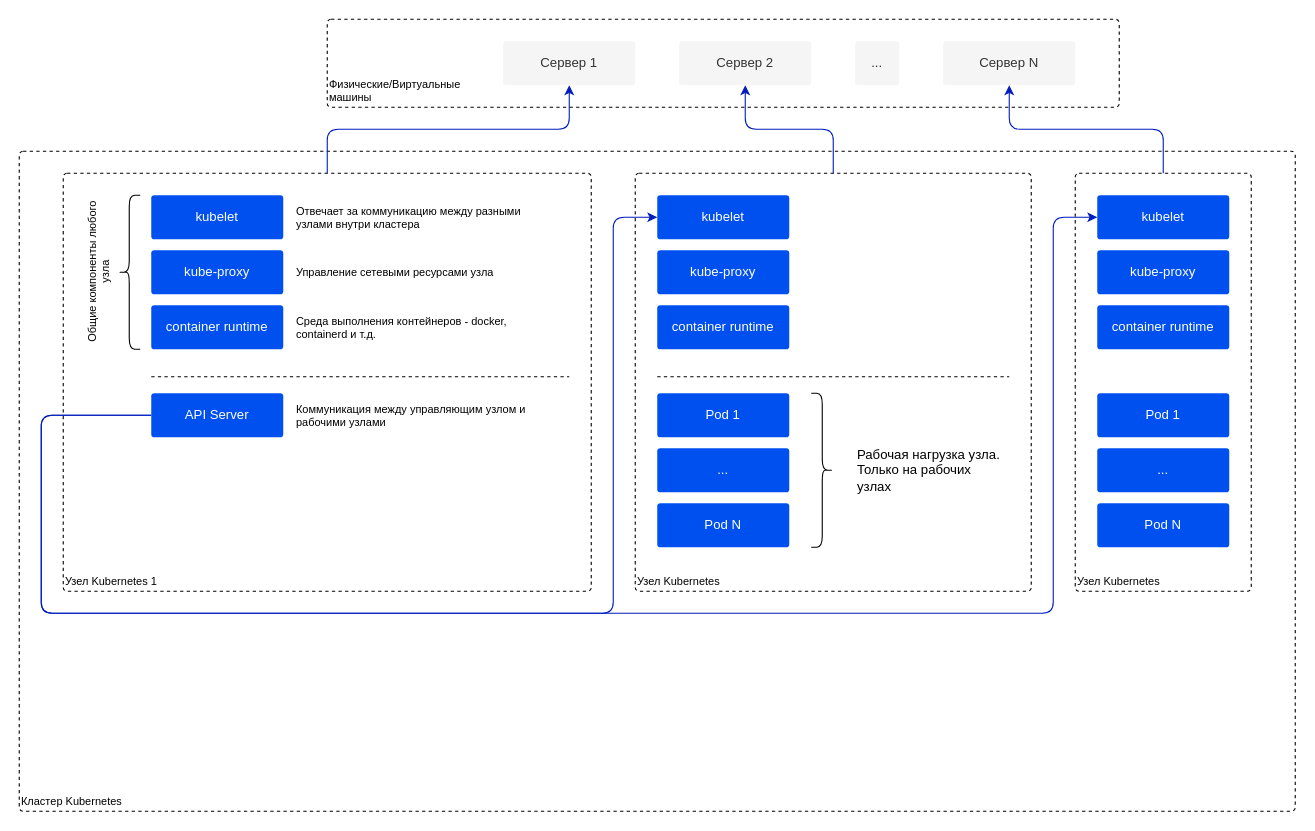
Earlier version of the draw.io diagram page "Страница — 2" (2 of 2) of Kubernetes.drawio (alexLexus/kubelearn). Source tidied: cells renumbered, new cells numbered last; positions are measured from the earlier drawing's top-left corner, leaving out a move shared by most shapes. Both pictures are drawn from the tidied source at 110%, with x=0, y=0 at pixel (19, 19).
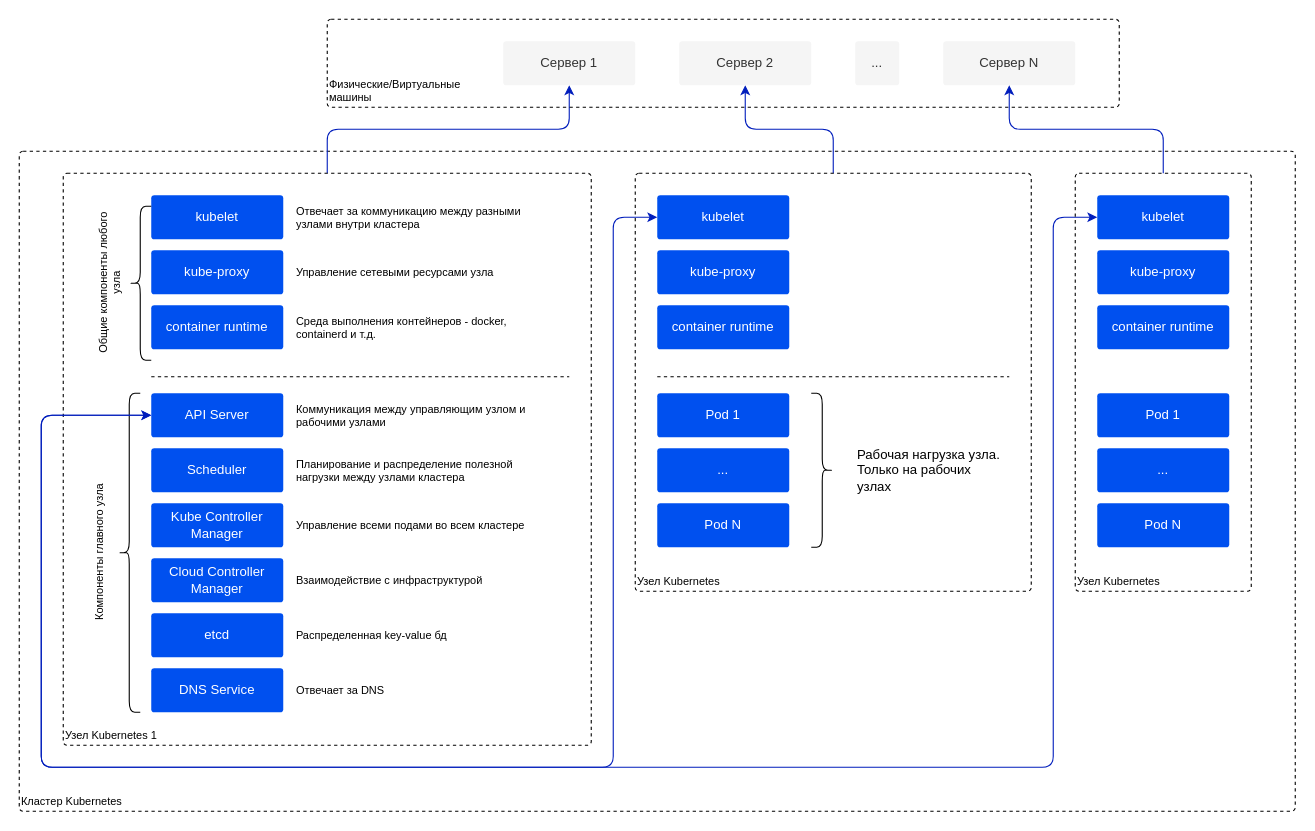
The same page after the edit.

Unchanged cells that the change refers to:
```xml
<mxCell id="18" value="kubelet" style="rounded=1;whiteSpace=wrap;html=1;strokeColor=none;labelBackgroundColor=none;fillColor=#0050ef;fontColor=#ffffff;arcSize=7;" parent="1" vertex="1">
  <mxGeometry x="580" y="160" width="120" height="40" as="geometry" />
</mxCell>
<mxCell id="32" value="API Server" style="rounded=1;whiteSpace=wrap;html=1;strokeColor=none;labelBackgroundColor=none;fillColor=#0050ef;fontColor=#ffffff;arcSize=7;" parent="1" vertex="1">
  <mxGeometry x="120" y="340" width="120" height="40" as="geometry" />
</mxCell>
<mxCell id="36" value="kubelet" style="rounded=1;whiteSpace=wrap;html=1;strokeColor=none;labelBackgroundColor=none;fillColor=#0050ef;fontColor=#ffffff;arcSize=7;" parent="1" vertex="1">
  <mxGeometry x="980" y="160" width="120" height="40" as="geometry" />
</mxCell>
```

Diff of the diagram source:
```diff
@@
     <mxCell id="4" value="Узел Kubernetes 1" style="rounded=1;whiteSpace=wrap;html=1;fillColor=none;dashed=1;strokeWidth=1;absoluteArcSize=1;arcSize=7;verticalAlign=bottom;align=left;spacingRight=0;fontStyle=0;spacingLeft=0;labelPosition=center;verticalLabelPosition=middle;fontSize=10;labelBackgroundColor=none;" parent="1" vertex="1">
-      <mxGeometry x="40" y="140" width="480" height="380" as="geometry" />
+      <mxGeometry x="40" y="140" width="480" height="520" as="geometry" />
     </mxCell>
@@
-    <mxCell id="21" value="Общие компоненты любого узла" style="shape=curlyBracket;whiteSpace=wrap;html=1;rounded=1;labelPosition=left;verticalLabelPosition=middle;align=center;verticalAlign=middle;horizontal=0;spacingRight=0;spacing=0;spacingBottom=15;fontSize=10;" parent="1" vertex="1">
-      <mxGeometry x="90" y="160" width="20" height="140" as="geometry" />
+    <mxCell id="21" value="Компоненты главного узла" style="shape=curlyBracket;whiteSpace=wrap;html=1;rounded=1;labelPosition=left;verticalLabelPosition=middle;align=center;verticalAlign=middle;horizontal=0;spacingRight=0;spacing=0;spacingBottom=15;fontSize=10;" parent="1" vertex="1">
+      <mxGeometry x="90" y="340" width="20" height="290" as="geometry" />
     </mxCell>
@@
-    <mxCell id="30" style="edgeStyle=orthogonalEdgeStyle;rounded=1;jettySize=auto;html=1;entryX=0;entryY=0.5;entryDx=0;entryDy=0;fillColor=#0050ef;strokeColor=#001DBC;" parent="1" edge="1" source="32" target="18">
+    <mxCell id="30" style="edgeStyle=orthogonalEdgeStyle;rounded=1;jettySize=auto;html=1;entryX=0;entryY=0.5;entryDx=0;entryDy=0;fillColor=#0050ef;strokeColor=#001DBC;startArrow=classic;startFill=1;" parent="1" edge="1" source="32" target="18">
       <mxGeometry relative="1" as="geometry">
         <Array as="points">
           <mxPoint x="20" y="360" />
-          <mxPoint x="20" y="540" />
-          <mxPoint x="540" y="540" />
+          <mxPoint x="20" y="680" />
+          <mxPoint x="540" y="680" />
           <mxPoint x="540" y="180" />
         </Array>
       </mxGeometry>
     </mxCell>
-    <mxCell id="31" style="edgeStyle=orthogonalEdgeStyle;rounded=1;jettySize=auto;html=1;entryX=0;entryY=0.5;entryDx=0;entryDy=0;fillColor=#0050ef;strokeColor=#001DBC;" parent="1" edge="1" source="32" target="36">
+    <mxCell id="31" style="edgeStyle=orthogonalEdgeStyle;rounded=1;jettySize=auto;html=1;entryX=0;entryY=0.5;entryDx=0;entryDy=0;fillColor=#0050ef;strokeColor=#001DBC;startArrow=classic;startFill=1;" parent="1" edge="1" source="32" target="36">
       <mxGeometry relative="1" as="geometry">
         <Array as="points">
           <mxPoint x="20" y="360" />
-          <mxPoint x="20" y="540" />
-          <mxPoint x="940" y="540" />
+          <mxPoint x="20" y="680" />
+          <mxPoint x="940" y="680" />
           <mxPoint x="940" y="180" />
         </Array>
       </mxGeometry>
     </mxCell>
@@
+    <mxCell id="42" value="Scheduler" style="rounded=1;whiteSpace=wrap;html=1;strokeColor=none;labelBackgroundColor=none;fillColor=#0050ef;fontColor=#ffffff;arcSize=7;" parent="1" vertex="1">
+      <mxGeometry x="120" y="390" width="120" height="40" as="geometry" />
+    </mxCell>
+    <mxCell id="43" value="Планирование и распределение полезной нагрузки между узлами кластера" style="text;html=1;align=left;verticalAlign=middle;whiteSpace=wrap;rounded=1;fontSize=10;" parent="1" vertex="1">
+      <mxGeometry x="250" y="390" width="230" height="40" as="geometry" />
+    </mxCell>
+    <mxCell id="44" value="Kube Controller Manager" style="rounded=1;whiteSpace=wrap;html=1;strokeColor=none;labelBackgroundColor=none;fillColor=#0050ef;fontColor=#ffffff;arcSize=7;" parent="1" vertex="1">
+      <mxGeometry x="120" y="440" width="120" height="40" as="geometry" />
+    </mxCell>
+    <mxCell id="45" value="Управление всеми подами во всем кластере" style="text;html=1;align=left;verticalAlign=middle;whiteSpace=wrap;rounded=1;fontSize=10;" parent="1" vertex="1">
+      <mxGeometry x="250" y="440" width="230" height="40" as="geometry" />
+    </mxCell>
+    <mxCell id="46" value="Cloud Controller Manager" style="rounded=1;whiteSpace=wrap;html=1;strokeColor=none;labelBackgroundColor=none;fillColor=#0050ef;fontColor=#ffffff;arcSize=7;" parent="1" vertex="1">
+      <mxGeometry x="120" y="490" width="120" height="40" as="geometry" />
+    </mxCell>
+    <mxCell id="47" value="Взаимодействие с инфраструктурой" style="text;html=1;align=left;verticalAlign=middle;whiteSpace=wrap;rounded=1;fontSize=10;" parent="1" vertex="1">
+      <mxGeometry x="250" y="490" width="230" height="40" as="geometry" />
+    </mxCell>
+    <mxCell id="48" value="etcd" style="rounded=1;whiteSpace=wrap;html=1;strokeColor=none;labelBackgroundColor=none;fillColor=#0050ef;fontColor=#ffffff;arcSize=7;" parent="1" vertex="1">
+      <mxGeometry x="120" y="540" width="120" height="40" as="geometry" />
+    </mxCell>
+    <mxCell id="49" value="Распределенная key-value бд" style="text;html=1;align=left;verticalAlign=middle;whiteSpace=wrap;rounded=1;fontSize=10;" parent="1" vertex="1">
+      <mxGeometry x="250" y="540" width="230" height="40" as="geometry" />
+    </mxCell>
+    <mxCell id="50" value="DNS Service" style="rounded=1;whiteSpace=wrap;html=1;strokeColor=none;labelBackgroundColor=none;fillColor=#0050ef;fontColor=#ffffff;arcSize=7;" parent="1" vertex="1">
+      <mxGeometry x="120" y="590" width="120" height="40" as="geometry" />
+    </mxCell>
+    <mxCell id="51" value="Отвечает за DNS" style="text;html=1;align=left;verticalAlign=middle;whiteSpace=wrap;rounded=1;fontSize=10;" parent="1" vertex="1">
+      <mxGeometry x="250" y="590" width="230" height="40" as="geometry" />
+    </mxCell>
+    <mxCell id="52" value="Общие компоненты любого узла" style="shape=curlyBracket;whiteSpace=wrap;html=1;rounded=1;labelPosition=left;verticalLabelPosition=middle;align=center;verticalAlign=middle;horizontal=0;spacingRight=0;spacing=0;spacingBottom=15;fontSize=10;" parent="1" vertex="1">
+      <mxGeometry x="100" y="170" width="20" height="140" as="geometry" />
+    </mxCell>
```
